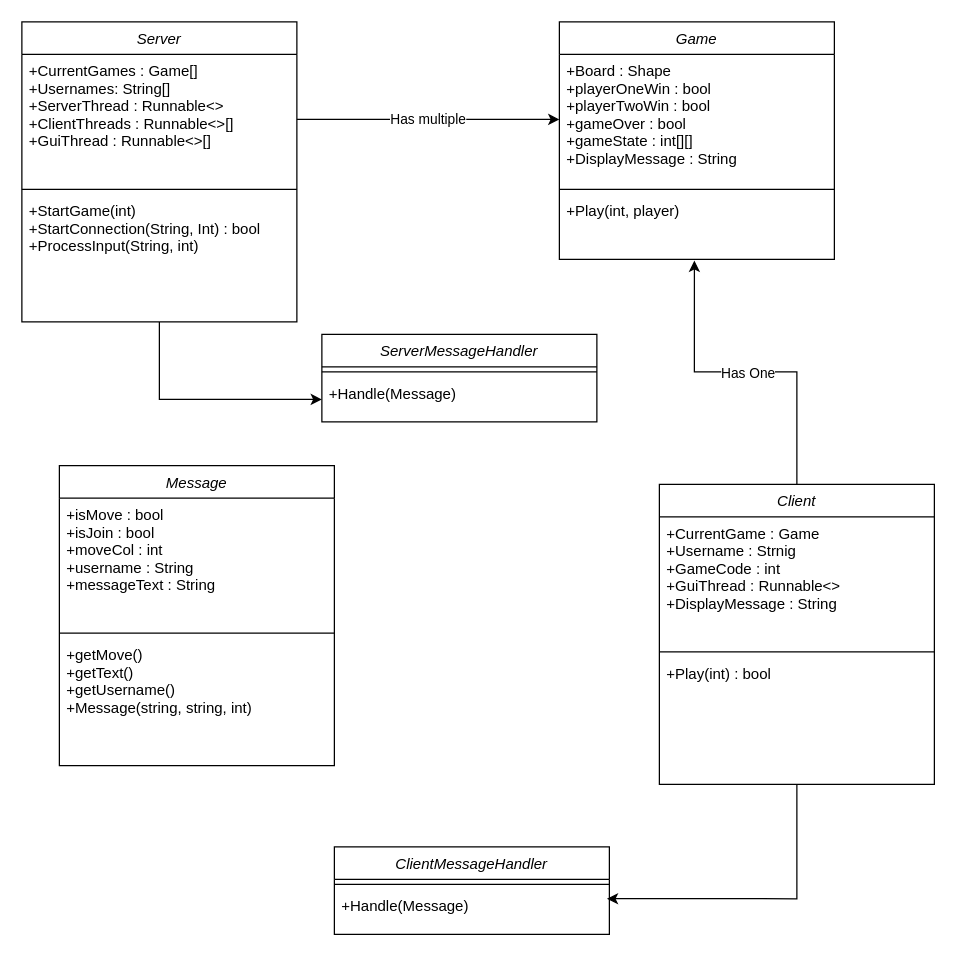
This is Untitled Diagram.drawio from milkchocolatejr/ConnectFour, a draw.io file, before an edit. Source tidied: cells renumbered, new cells numbered last; positions are measured from the earlier drawing's top-left corner, leaving out a move shared by most shapes. Both pictures are drawn from the tidied source at 125%, with x=0, y=0 at pixel (21, 21).
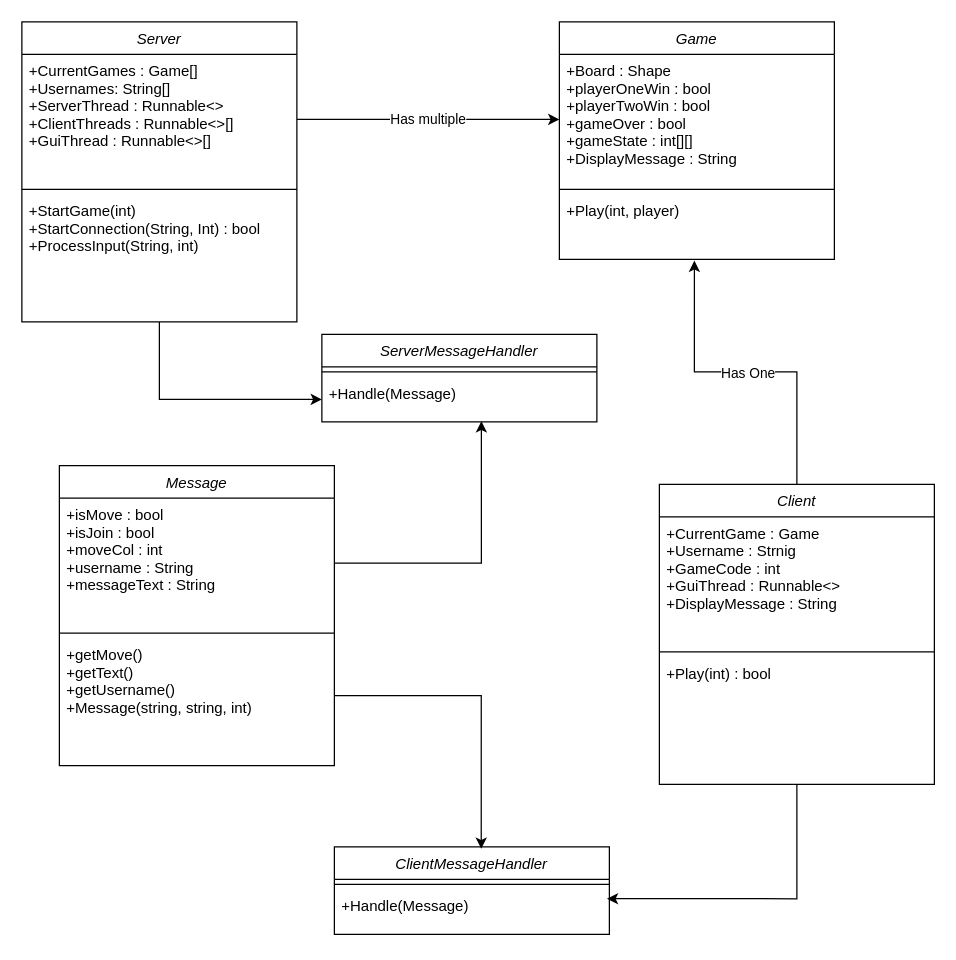
Above is the later version.

The change refers to these unchanged cells:
```xml
<mxCell id="19" value="+isMove : bool&#10;+isJoin : bool&#10;+moveCol : int&#10;+username : String&#10;+messageText : String" style="text;align=left;verticalAlign=top;spacingLeft=4;spacingRight=4;overflow=hidden;points=[[0,0.5],[1,0.5]];portConstraint=eastwest;" parent="18" vertex="1">
  <mxGeometry y="26" width="220" height="104" as="geometry" />
</mxCell>
<mxCell id="21" value="+getMove()&#10;+getText()&#10;+getUsername()&#10;+Message(string, string, int) " style="text;align=left;verticalAlign=top;spacingLeft=4;spacingRight=4;overflow=hidden;points=[[0,0.5],[1,0.5]];portConstraint=eastwest;" parent="18" vertex="1">
  <mxGeometry y="138" width="220" height="92" as="geometry" />
</mxCell>
<mxCell id="24" value="+Handle(Message)" style="text;align=left;verticalAlign=top;spacingLeft=4;spacingRight=4;overflow=hidden;points=[[0,0.5],[1,0.5]];portConstraint=eastwest;" parent="22" vertex="1">
  <mxGeometry y="34" width="220" height="36" as="geometry" />
</mxCell>
<mxCell id="25" value="ClientMessageHandler" style="swimlane;fontStyle=2;align=center;verticalAlign=top;horizontal=1;startSize=26;rounded=0;shadow=0;strokeWidth=1;" parent="1" vertex="1">
  <mxGeometry x="250" y="660" width="220" height="70" as="geometry" />
</mxCell>
```

Diff of the diagram source:
```diff
@@
+    <mxCell id="29" style="edgeStyle=orthogonalEdgeStyle;rounded=0;jettySize=auto;html=1;entryX=0.534;entryY=0.021;entryDx=0;entryDy=0;entryPerimeter=0;" parent="1" edge="1" source="21" target="25">
+      <mxGeometry relative="1" as="geometry" />
+    </mxCell>
+    <mxCell id="30" style="edgeStyle=orthogonalEdgeStyle;rounded=0;jettySize=auto;html=1;exitX=1;exitY=0.5;exitDx=0;exitDy=0;entryX=0.58;entryY=0.986;entryDx=0;entryDy=0;entryPerimeter=0;" parent="1" edge="1" source="19" target="24">
+      <mxGeometry relative="1" as="geometry" />
+    </mxCell>
```
